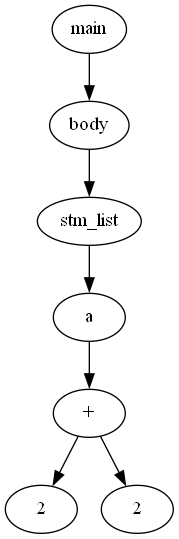
This is images/Digraph.gv.png from KianBankeLarsen/Compiler, a Graphviz export, as it was before one commit. Its source is kept beside it as images/Digraph.gv. Its diagram source:
```dot
digraph {
	0 [label=2]
	1 [label=2]
	2 [label="+"]
	2 -> 0
	2 -> 1
	3 [label=a]
	3 -> 2
	4 [label=stm_list]
	4 -> 3
	5 [label=body]
	5 -> 4
	6 [label=main]
	6 -> 5
}
```
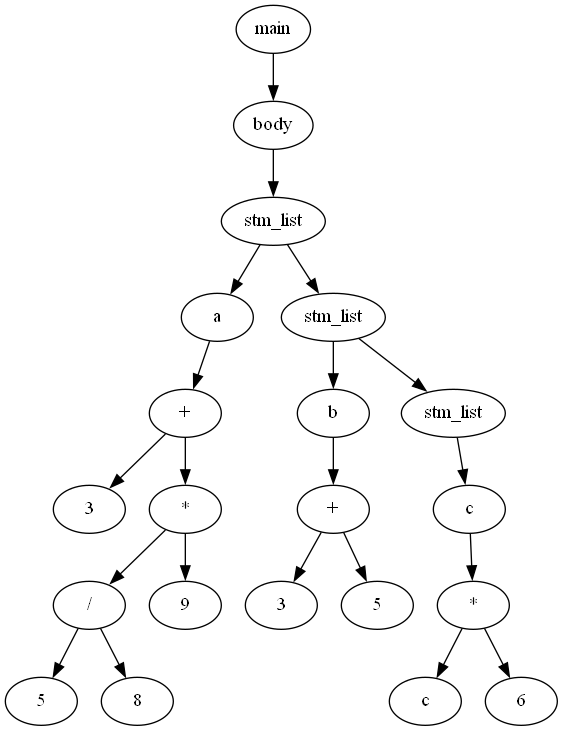
The same file after the commit.

The edit, as a diff of the source:
```diff
@@ -1,15 +1,43 @@
 digraph {
-	0 [label=2]
-	1 [label=2]
-	2 [label="+"]
-	2 -> 0
-	2 -> 1
-	3 [label=a]
-	3 -> 2
-	4 [label=stm_list]
+	0 [label=stm_list]
+	1 [label=3]
+	2 [label=5]
+	3 [label=8]
+	4 [label="/"]
+	4 -> 2
 	4 -> 3
-	5 [label=body]
-	5 -> 4
-	6 [label=main]
+	5 [label=9]
+	6 [label="*"]
+	6 -> 4
 	6 -> 5
+	7 [label="+"]
+	7 -> 1
+	7 -> 6
+	8 [label=a]
+	8 -> 7
+	0 -> 8
+	9 [label=stm_list]
+	10 [label=3]
+	11 [label=5]
+	12 [label="+"]
+	12 -> 10
+	12 -> 11
+	13 [label=b]
+	13 -> 12
+	9 -> 13
+	14 [label=stm_list]
+	15 [label=c]
+	16 [label=6]
+	17 [label="*"]
+	17 -> 15
+	17 -> 16
+	18 [label=c]
+	18 -> 17
+	14 -> 18
+	9 -> 14
+	0 -> 9
+	19 [label=body]
+	19 -> 0
+	20 [label=main]
+	20 -> 19
 }
```
